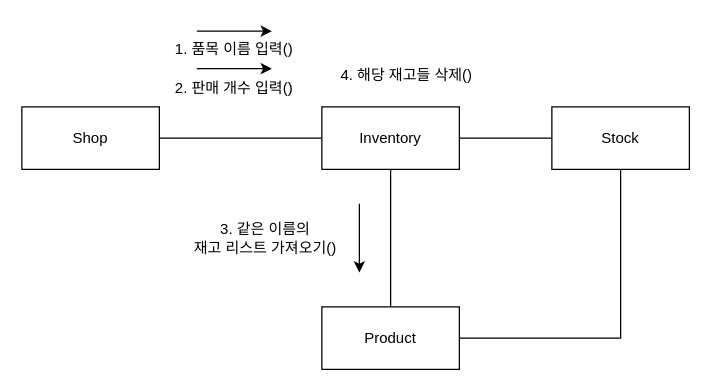
Earlier version of the draw.io diagram docs/diagrams/CD_01_sell.drawio (MintBee/HolubSQL). Source tidied: cells renumbered, new cells numbered last; positions are measured from the earlier drawing's top-left corner, leaving out a move shared by most shapes. Both pictures are drawn from the tidied source at 125%, with x=0, y=0 at pixel (21, 30).
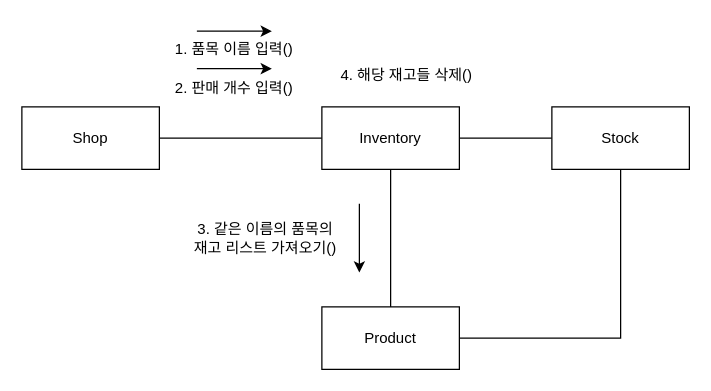
After the change.

Change to the diagram source:
```diff
@@
 <mxGraphModel>
   <root>
     <mxCell id="0" />
     <mxCell id="1" parent="0" />
     <mxCell id="2" style="edgeStyle=orthogonalEdgeStyle;rounded=0;jettySize=auto;html=1;exitX=1;exitY=0.5;exitDx=0;exitDy=0;entryX=0;entryY=0.5;entryDx=0;entryDy=0;endArrow=none;endFill=0;" parent="1" edge="1" source="3" target="6">
       <mxGeometry relative="1" as="geometry" />
     </mxCell>
     <mxCell id="3" value="Shop" style="html=1;whiteSpace=wrap;" parent="1" vertex="1">
       <mxGeometry y="61" width="110" height="50" as="geometry" />
     </mxCell>
     <mxCell id="4" style="edgeStyle=orthogonalEdgeStyle;rounded=0;jettySize=auto;html=1;exitX=0.5;exitY=1;exitDx=0;exitDy=0;entryX=0.5;entryY=0;entryDx=0;entryDy=0;endArrow=none;endFill=0;" parent="1" edge="1" source="6" target="8">
       <mxGeometry relative="1" as="geometry" />
     </mxCell>
     <mxCell id="5" style="edgeStyle=orthogonalEdgeStyle;rounded=0;jettySize=auto;html=1;endArrow=none;endFill=0;" parent="1" edge="1" source="6" target="9">
       <mxGeometry relative="1" as="geometry" />
     </mxCell>
     <mxCell id="6" value="Inventory" style="html=1;whiteSpace=wrap;" parent="1" vertex="1">
       <mxGeometry x="240" y="61" width="110" height="50" as="geometry" />
     </mxCell>
     <mxCell id="7" style="edgeStyle=orthogonalEdgeStyle;rounded=0;jettySize=auto;html=1;exitX=1;exitY=0.5;exitDx=0;exitDy=0;entryX=0.5;entryY=1;entryDx=0;entryDy=0;endArrow=none;endFill=0;" parent="1" edge="1" source="8" target="9">
       <mxGeometry relative="1" as="geometry" />
     </mxCell>
     <mxCell id="8" value="Product" style="html=1;whiteSpace=wrap;" parent="1" vertex="1">
       <mxGeometry x="240" y="221" width="110" height="50" as="geometry" />
     </mxCell>
     <mxCell id="9" value="Stock" style="html=1;whiteSpace=wrap;" parent="1" vertex="1">
       <mxGeometry x="424" y="61" width="110" height="50" as="geometry" />
     </mxCell>
     <mxCell id="10" value="1. 품목 이름 입력()" style="text;html=1;strokeColor=none;fillColor=none;align=center;verticalAlign=middle;whiteSpace=wrap;rounded=0;" parent="1" vertex="1">
       <mxGeometry x="110" y="0.4" width="120" height="30" as="geometry" />
     </mxCell>
     <mxCell id="11" style="endArrow=classic;html=1;rounded=0;exitX=0.25;exitY=0;exitDx=0;exitDy=0;entryX=0.75;entryY=0;entryDx=0;entryDy=0;" parent="1" edge="1" source="10" target="10">
       <mxGeometry relative="1" as="geometry" />
     </mxCell>
     <mxCell id="12" style="endArrow=classic;html=1;rounded=0;" parent="1" edge="1">
       <mxGeometry relative="1" as="geometry">
         <mxPoint x="270" y="138.5" as="sourcePoint" />
         <mxPoint x="270" y="193.5" as="targetPoint" />
       </mxGeometry>
     </mxCell>
-    <mxCell id="13" value="3. 같은 이름의&lt;br&gt;재고 리스트 가져오기()" style="text;html=1;strokeColor=none;fillColor=none;align=center;verticalAlign=middle;whiteSpace=wrap;rounded=0;" parent="1" vertex="1">
+    <mxCell id="13" value="3. 같은 이름의 품목의&lt;br&gt;재고 리스트 가져오기()" style="text;html=1;strokeColor=none;fillColor=none;align=center;verticalAlign=middle;whiteSpace=wrap;rounded=0;" parent="1" vertex="1">
       <mxGeometry x="130" y="151" width="130" height="30" as="geometry" />
     </mxCell>
     <mxCell id="14" value="2. 판매 개수 입력()" style="text;html=1;strokeColor=none;fillColor=none;align=center;verticalAlign=middle;whiteSpace=wrap;rounded=0;" parent="1" vertex="1">
       <mxGeometry x="110" y="31" width="120" height="30" as="geometry" />
     </mxCell>
     <mxCell id="15" style="endArrow=classic;html=1;rounded=0;exitX=0.25;exitY=0;exitDx=0;exitDy=0;entryX=0.75;entryY=0;entryDx=0;entryDy=0;" parent="1" edge="1">
       <mxGeometry relative="1" as="geometry">
         <mxPoint x="140" y="30.4" as="sourcePoint" />
         <mxPoint x="200" y="30.4" as="targetPoint" />
       </mxGeometry>
     </mxCell>
     <mxCell id="16" value="4. 해당 재고들 삭제()" style="text;html=1;strokeColor=none;fillColor=none;align=center;verticalAlign=middle;whiteSpace=wrap;rounded=0;" parent="1" vertex="1">
       <mxGeometry x="240" y="21" width="136" height="30" as="geometry" />
     </mxCell>
   </root>
 </mxGraphModel>
```
